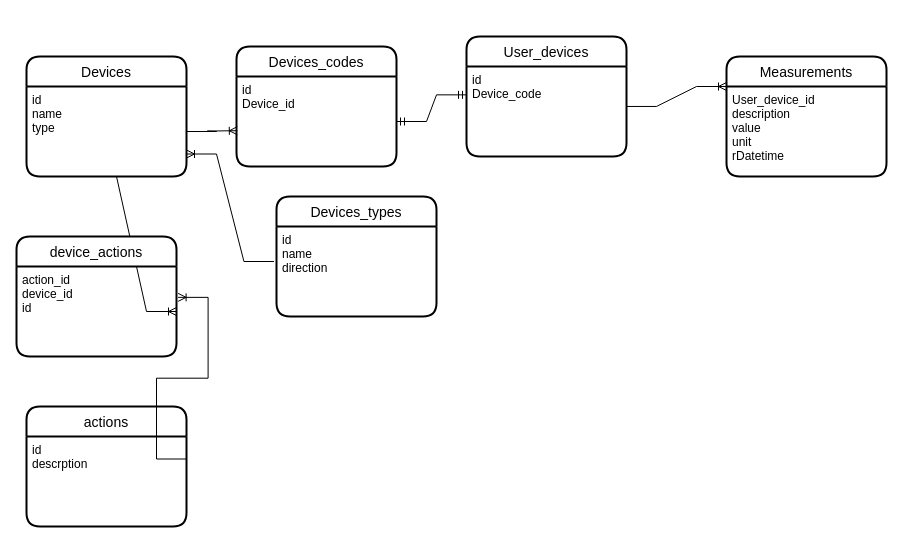
Earlier version of the draw.io diagram db diagaram.drawio (mpiotro4/RPi_IoT_Gateway). Source tidied: cells renumbered, new cells numbered last; positions are measured from the earlier drawing's top-left corner, leaving out a move shared by most shapes. Both pictures are drawn from the tidied source at 100%, with x=0, y=0 at pixel (16, 36).
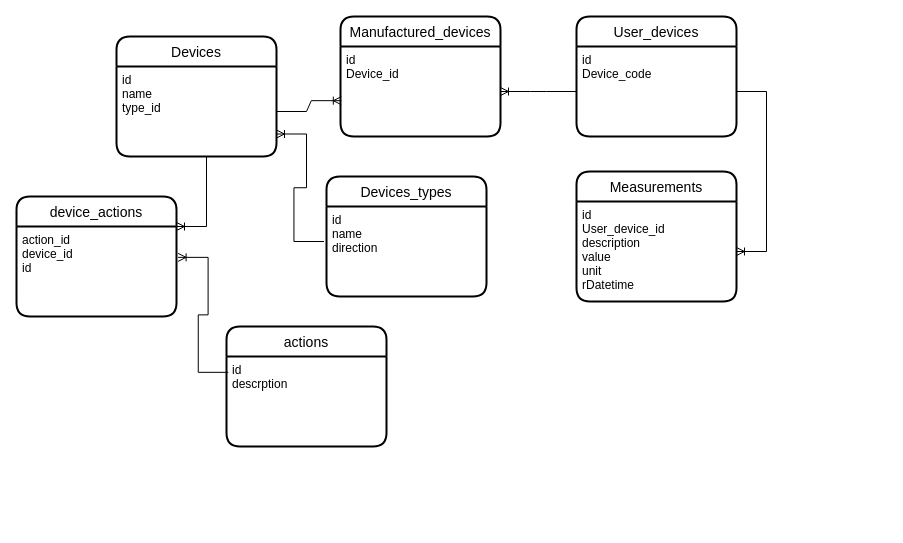
The same page after the edit.

Unchanged cells that the change refers to:
```xml
<mxCell id="6" value="id&#10;Device_code&#10;" style="align=left;strokeColor=none;fillColor=none;spacingLeft=4;fontSize=12;verticalAlign=top;fontColor=default;" parent="5" vertex="1">
  <mxGeometry y="30" width="160" height="90" as="geometry" />
</mxCell>
<mxCell id="8" value="id&#10;Device_id&#10;&#10;" style="align=left;strokeColor=none;fillColor=none;spacingLeft=4;fontSize=12;verticalAlign=top;fontColor=default;" parent="7" vertex="1">
  <mxGeometry y="30" width="160" height="90" as="geometry" />
</mxCell>
<mxCell id="18" value="id&#10;descrption&#10;" style="align=left;strokeColor=none;fillColor=none;spacingLeft=4;fontSize=12;verticalAlign=top;fontColor=default;" parent="17" vertex="1">
  <mxGeometry y="30" width="160" height="90" as="geometry" />
</mxCell>
<mxCell id="20" value="action_id&#10;device_id&#10;id" style="align=left;strokeColor=none;fillColor=none;spacingLeft=4;fontSize=12;verticalAlign=top;fontColor=default;" parent="19" vertex="1">
  <mxGeometry y="30" width="160" height="90" as="geometry" />
</mxCell>
```

What changed in the source:
```diff
@@
     <mxCell id="2" value="Devices" style="swimlane;horizontal=1;startSize=30;rounded=1;fontSize=14;fontStyle=0;strokeWidth=2;shadow=0;dashed=0;align=center;fontColor=default;fillColor=default;strokeColor=default;" parent="1" vertex="1">
-      <mxGeometry x="10" y="20" width="160" height="120" as="geometry" />
+      <mxGeometry x="100" width="160" height="120" as="geometry" />
     </mxCell>
-    <mxCell id="3" value="id&#10;name&#10;type" style="align=left;strokeColor=none;fillColor=none;spacingLeft=4;fontSize=12;verticalAlign=top;fontColor=default;" parent="2" vertex="1">
+    <mxCell id="3" value="id&#10;name&#10;type_id" style="align=left;strokeColor=none;fillColor=none;spacingLeft=4;fontSize=12;verticalAlign=top;fontColor=default;" parent="2" vertex="1">
       <mxGeometry y="30" width="160" height="90" as="geometry" />
     </mxCell>
-    <mxCell id="4" style="edgeStyle=entityRelationEdgeStyle;fontSize=12;html=1;endArrow=ERoneToMany;rounded=0;labelBackgroundColor=default;fontColor=default;strokeColor=default;entryX=1;entryY=0.5;entryDx=0;entryDy=0;" parent="2" edge="1" target="20">
+    <mxCell id="4" style="edgeStyle=entityRelationEdgeStyle;fontSize=12;html=1;endArrow=ERoneToMany;rounded=0;labelBackgroundColor=default;fontColor=default;strokeColor=default;entryX=1;entryY=0.25;entryDx=0;entryDy=0;" parent="2" edge="1" target="19">
       <mxGeometry relative="1" as="geometry">
         <mxPoint x="60" y="120" as="sourcePoint" />
       </mxGeometry>
     </mxCell>
     <mxCell id="5" value="User_devices" style="swimlane;horizontal=1;startSize=30;rounded=1;fontSize=14;fontStyle=0;strokeWidth=2;shadow=0;dashed=0;align=center;fontColor=default;fillColor=default;strokeColor=default;" parent="1" vertex="1">
-      <mxGeometry x="450" width="160" height="120" as="geometry" />
+      <mxGeometry x="560" y="-20" width="160" height="120" as="geometry" />
     </mxCell>
@@
-    <mxCell id="7" value="Devices_codes" style="swimlane;horizontal=1;startSize=30;rounded=1;fontSize=14;fontStyle=0;strokeWidth=2;shadow=0;dashed=0;align=center;fontColor=default;fillColor=default;strokeColor=default;" parent="1" vertex="1">
-      <mxGeometry x="220" y="10" width="160" height="120" as="geometry" />
+    <mxCell id="7" value="Manufactured_devices" style="swimlane;horizontal=1;startSize=30;rounded=1;fontSize=14;fontStyle=0;strokeWidth=2;shadow=0;dashed=0;align=center;fontColor=default;fillColor=default;strokeColor=default;" parent="1" vertex="1">
+      <mxGeometry x="324" y="-20" width="160" height="120" as="geometry" />
     </mxCell>
@@
-    <mxCell id="10" style="edgeStyle=entityRelationEdgeStyle;fontSize=12;html=1;endArrow=ERmandOne;startArrow=ERmandOne;rounded=0;labelBackgroundColor=default;fontColor=default;strokeColor=default;exitX=0;exitY=0.315;exitDx=0;exitDy=0;exitPerimeter=0;" parent="1" edge="1" source="6" target="8">
-      <mxGeometry relative="1" as="geometry" />
-    </mxCell>
     <mxCell id="11" value="Measurements" style="swimlane;horizontal=1;startSize=30;rounded=1;fontSize=14;fontStyle=0;strokeWidth=2;shadow=0;dashed=0;align=center;fontColor=default;fillColor=default;strokeColor=default;" parent="1" vertex="1">
-      <mxGeometry x="710" y="20" width="160" height="120" as="geometry" />
+      <mxGeometry x="560" y="135" width="160" height="130" as="geometry" />
     </mxCell>
-    <mxCell id="12" value="User_device_id&#10;description&#10;value&#10;unit&#10;rDatetime" style="align=left;strokeColor=none;fillColor=none;spacingLeft=4;fontSize=12;verticalAlign=top;fontColor=default;" parent="11" vertex="1">
-      <mxGeometry y="30" width="160" height="90" as="geometry" />
+    <mxCell id="12" value="id&#10;User_device_id&#10;description&#10;value&#10;unit&#10;rDatetime" style="align=left;strokeColor=none;fillColor=none;spacingLeft=4;fontSize=12;verticalAlign=top;fontColor=default;" parent="11" vertex="1">
+      <mxGeometry y="30" width="160" height="100" as="geometry" />
     </mxCell>
-    <mxCell id="13" style="edgeStyle=entityRelationEdgeStyle;fontSize=12;html=1;endArrow=ERoneToMany;rounded=0;labelBackgroundColor=default;fontColor=default;strokeColor=default;entryX=0;entryY=0;entryDx=0;entryDy=0;exitX=1;exitY=0.444;exitDx=0;exitDy=0;exitPerimeter=0;" parent="1" edge="1" source="6" target="12">
+    <mxCell id="13" style="edgeStyle=entityRelationEdgeStyle;fontSize=12;html=1;endArrow=ERoneToMany;rounded=0;labelBackgroundColor=default;fontColor=default;strokeColor=default;exitX=1;exitY=0.5;exitDx=0;exitDy=0;" parent="1" edge="1" source="6" target="12">
       <mxGeometry relative="1" as="geometry" />
     </mxCell>
     <mxCell id="14" value="Devices_types" style="swimlane;horizontal=1;startSize=30;rounded=1;fontSize=14;fontStyle=0;strokeWidth=2;shadow=0;dashed=0;align=center;fontColor=default;fillColor=default;strokeColor=default;" parent="1" vertex="1">
-      <mxGeometry x="260" y="160" width="160" height="120" as="geometry" />
+      <mxGeometry x="310" y="140" width="160" height="120" as="geometry" />
     </mxCell>
@@
     <mxCell id="17" value="actions" style="swimlane;horizontal=1;startSize=30;rounded=1;fontSize=14;fontStyle=0;strokeWidth=2;shadow=0;dashed=0;align=center;fontColor=default;fillColor=default;strokeColor=default;" parent="1" vertex="1">
-      <mxGeometry x="10" y="370" width="160" height="120" as="geometry" />
+      <mxGeometry x="210" y="290" width="160" height="120" as="geometry" />
     </mxCell>
@@
     <mxCell id="19" value="device_actions" style="swimlane;horizontal=1;startSize=30;rounded=1;fontSize=14;fontStyle=0;strokeWidth=2;shadow=0;dashed=0;align=center;fontColor=default;fillColor=default;strokeColor=default;" parent="1" vertex="1">
-      <mxGeometry y="200" width="160" height="120" as="geometry" />
+      <mxGeometry y="160" width="160" height="120" as="geometry" />
     </mxCell>
@@
-    <mxCell id="21" style="edgeStyle=entityRelationEdgeStyle;fontSize=12;html=1;endArrow=ERoneToMany;rounded=0;labelBackgroundColor=default;fontColor=default;strokeColor=default;entryX=1.01;entryY=0.343;entryDx=0;entryDy=0;entryPerimeter=0;exitX=1;exitY=0.25;exitDx=0;exitDy=0;" parent="1" edge="1" source="18" target="20">
+    <mxCell id="21" style="edgeStyle=entityRelationEdgeStyle;fontSize=12;html=1;endArrow=ERoneToMany;rounded=0;labelBackgroundColor=default;fontColor=default;strokeColor=default;entryX=1.01;entryY=0.343;entryDx=0;entryDy=0;entryPerimeter=0;exitX=0.011;exitY=0.176;exitDx=0;exitDy=0;exitPerimeter=0;" parent="1" edge="1" source="18" target="20">
       <mxGeometry relative="1" as="geometry" />
     </mxCell>
+    <mxCell id="10" style="edgeStyle=entityRelationEdgeStyle;fontSize=12;html=1;endArrow=ERoneToMany;rounded=0;labelBackgroundColor=default;fontColor=default;strokeColor=default;entryX=1;entryY=0.5;entryDx=0;entryDy=0;exitX=0;exitY=0.5;exitDx=0;exitDy=0;" parent="1" edge="1" source="6" target="8">
+      <mxGeometry relative="1" as="geometry" />
+    </mxCell>
```
